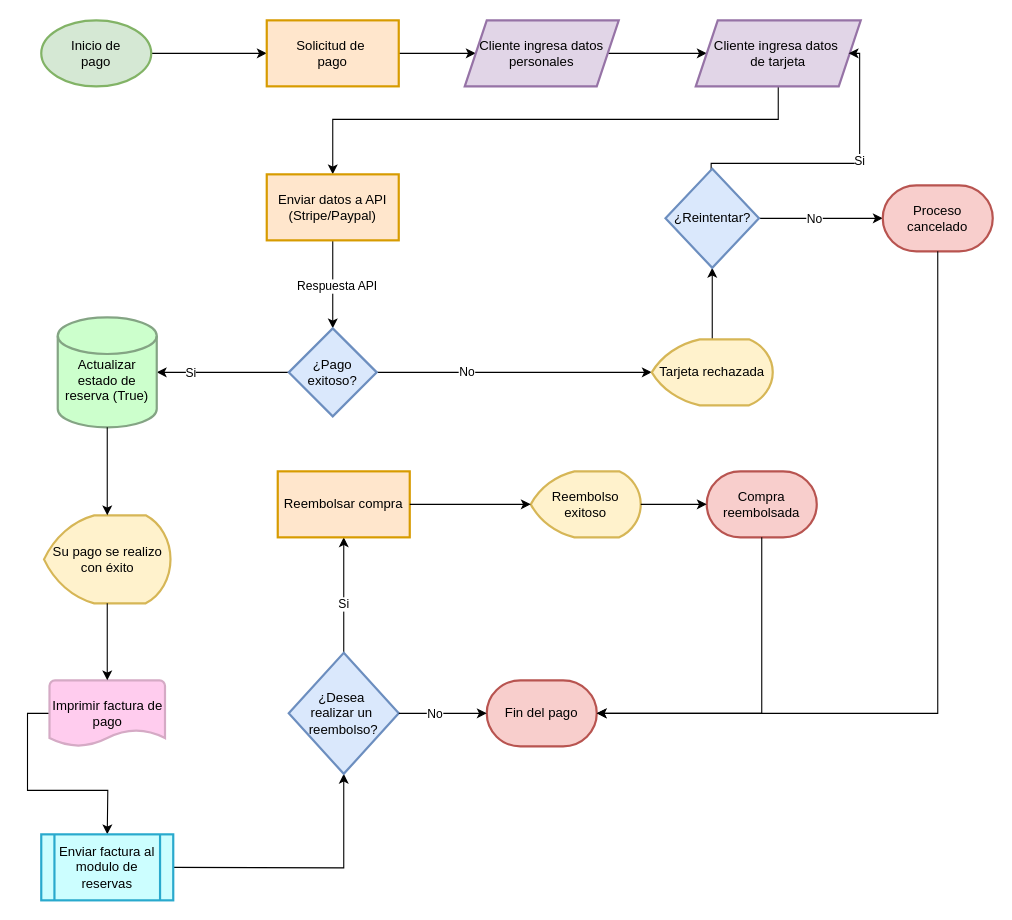
Earlier version of the draw.io diagram Flujograma de pago.drawio (DjGuetta/App-Hotel-Management). Source tidied: cells renumbered, new cells numbered last; positions are measured from the earlier drawing's top-left corner, leaving out a move shared by most shapes. Both pictures are drawn from the tidied source at 110%, with x=0, y=0 at pixel (41, 20).
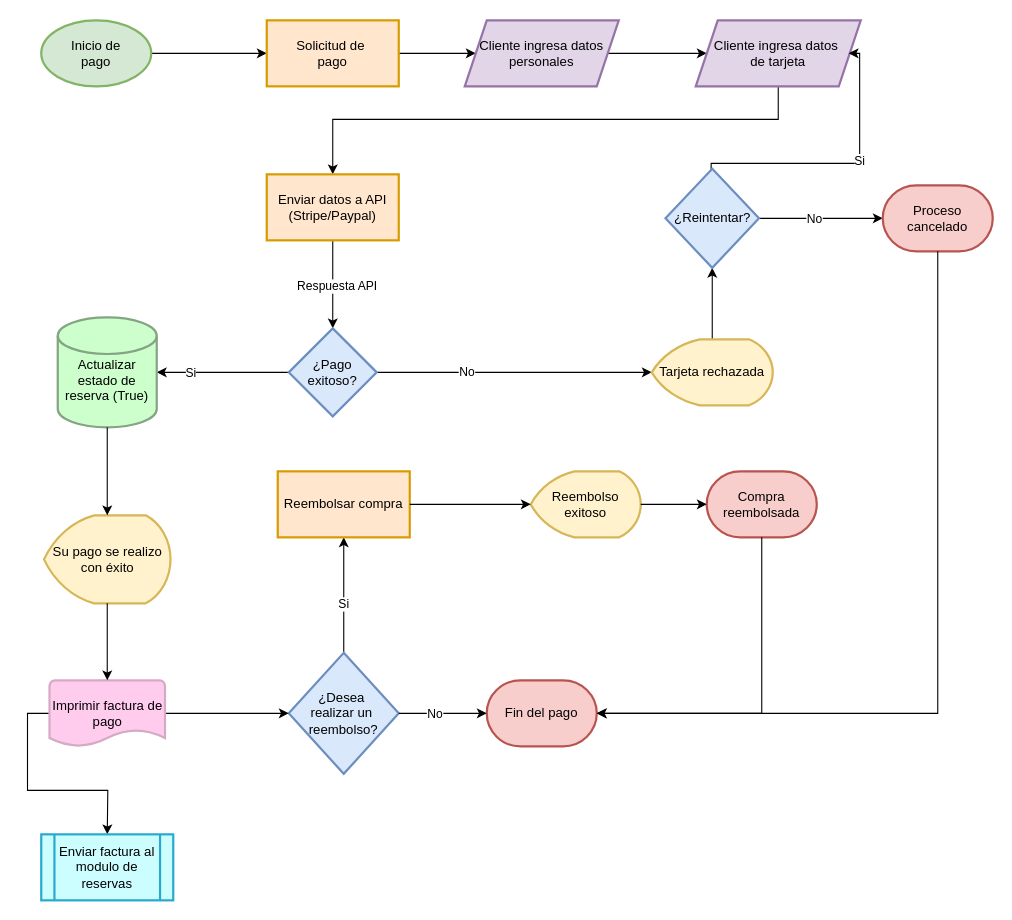
The same page after the edit.

The change refers to these unchanged cells:
```xml
<mxCell id="31" value="¿Desea&amp;nbsp;&lt;div&gt;realizar&amp;nbsp;&lt;span style=&quot;background-color: transparent; color: light-dark(rgb(0, 0, 0), rgb(255, 255, 255));&quot;&gt;un&amp;nbsp;&lt;/span&gt;&lt;div&gt;&lt;span style=&quot;background-color: transparent; color: light-dark(rgb(0, 0, 0), rgb(255, 255, 255));&quot;&gt;reembolso?&lt;/span&gt;&lt;/div&gt;&lt;/div&gt;" style="rhombus;whiteSpace=wrap;html=1;strokeWidth=2;fillColor=#dae8fc;strokeColor=#6c8ebf;" parent="1" vertex="1">
  <mxGeometry x="225" y="575" width="100" height="110" as="geometry" />
</mxCell>
<mxCell id="44" value="Imprimir factura de pago" style="strokeWidth=2;html=1;shape=mxgraph.flowchart.document2;whiteSpace=wrap;size=0.25;fillColor=#FFCCEE;strokeColor=#D5AAC5;" parent="1" vertex="1">
  <mxGeometry x="7.5" y="600" width="105" height="60" as="geometry" />
</mxCell>
```

Change to the diagram source:
```diff
@@
-    <mxCell id="28" style="edgeStyle=orthogonalEdgeStyle;rounded=0;jettySize=auto;html=1;" parent="1" edge="1" target="31">
-      <mxGeometry relative="1" as="geometry">
-        <mxPoint x="120" y="770" as="sourcePoint" />
-      </mxGeometry>
-    </mxCell>
@@
+    <mxCell id="47" style="edgeStyle=orthogonalEdgeStyle;rounded=0;jettySize=auto;html=1;exitX=1;exitY=0.5;exitDx=0;exitDy=0;exitPerimeter=0;entryX=0;entryY=0.5;entryDx=0;entryDy=0;" parent="1" edge="1" source="44" target="31">
+      <mxGeometry relative="1" as="geometry" />
+    </mxCell>
```
